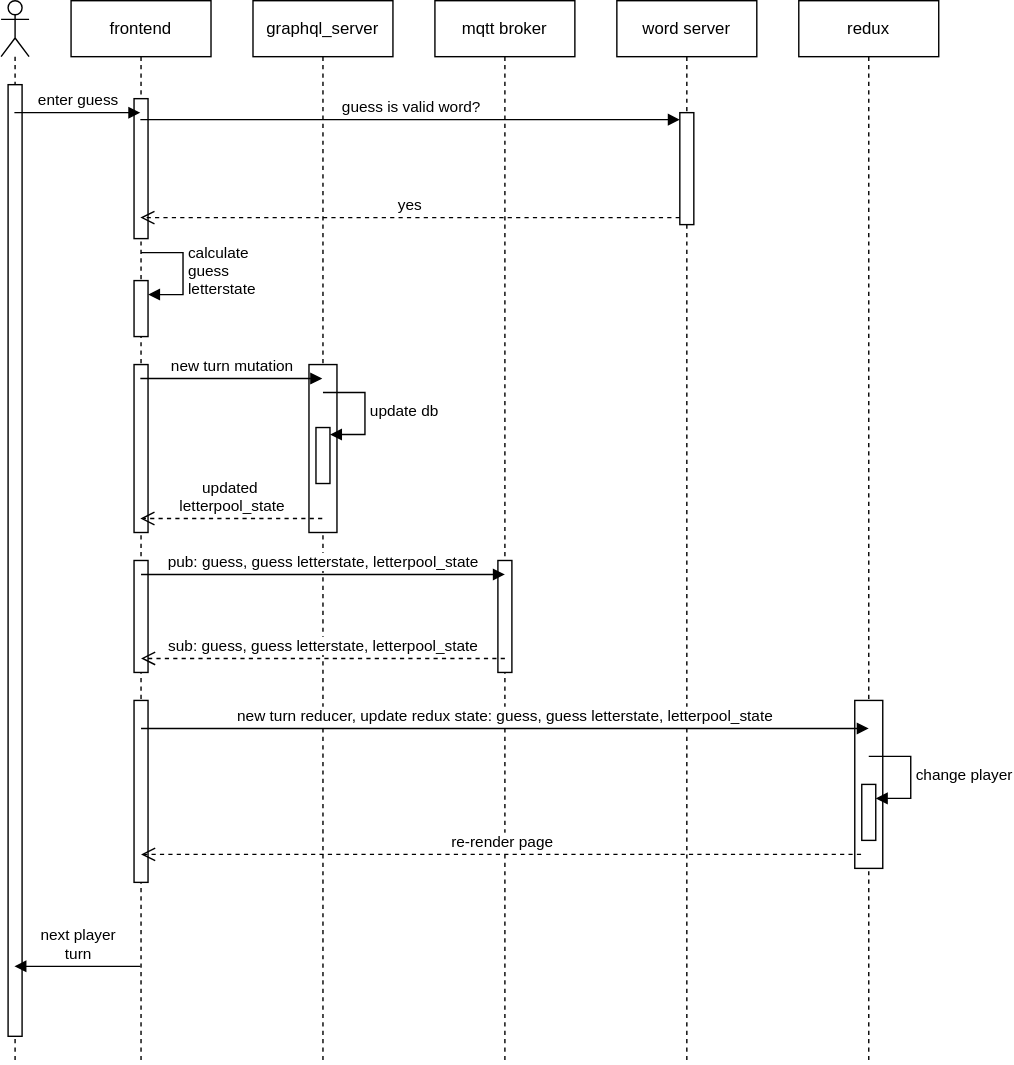
The draw.io diagram diagrams/enter-guess.drawio.svg in FDIL501st/two_player_wordle, before a commit. Source tidied: cells renumbered, new cells last; positions are measured from the earlier drawing's top-left corner, leaving out a move shared by most shapes.
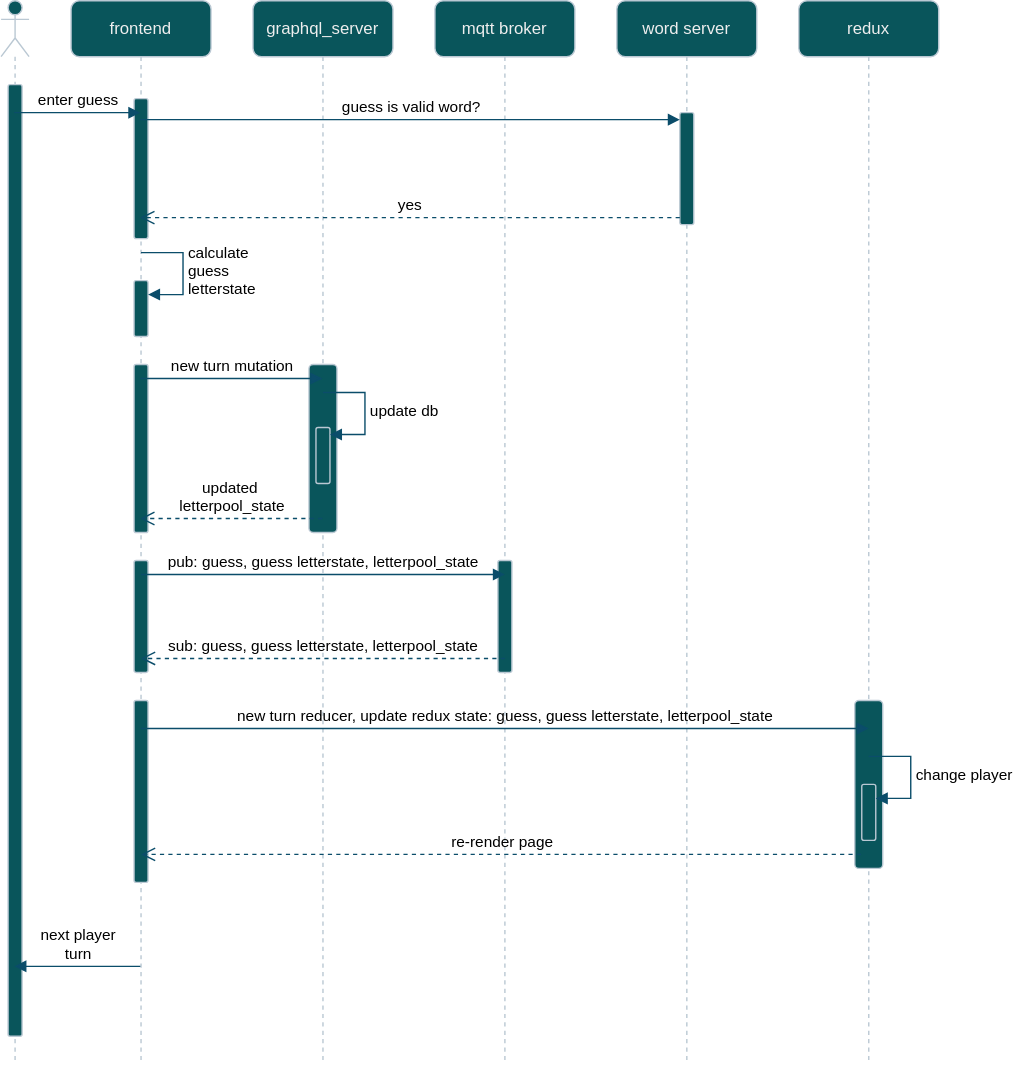
The same file after the commit.

Commit message:
Added graphql mutation for new turn

The edit, as a diff of the source:
```diff
@@ -1,23 +1,23 @@
-<mxGraphModel>
+<mxGraphModel background="#ffffff">
   <root>
     <mxCell id="0" />
     <mxCell id="1" parent="0" />
-    <mxCell id="2" style="shape=umlLifeline;perimeter=lifelinePerimeter;whiteSpace=wrap;html=1;newEdgeStyle={&quot;curved&quot;:0,&quot;rounded&quot;:0};participant=umlActor;" parent="1" vertex="1">
+    <mxCell id="2" style="shape=umlLifeline;perimeter=lifelinePerimeter;whiteSpace=wrap;html=1;newEdgeStyle={&quot;curved&quot;:0,&quot;rounded&quot;:0};participant=umlActor;labelBackgroundColor=none;fillColor=#09555B;strokeColor=#BAC8D3;fontColor=#EEEEEE;rounded=1;" parent="1" vertex="1">
       <mxGeometry width="20" height="760" as="geometry" />
     </mxCell>
-    <mxCell id="3" style="html=1;perimeter=orthogonalPerimeter;targetShapes=umlLifeline;newEdgeStyle={&quot;curved&quot;:0,&quot;rounded&quot;:0};" parent="2" vertex="1">
+    <mxCell id="3" style="html=1;perimeter=orthogonalPerimeter;targetShapes=umlLifeline;newEdgeStyle={&quot;curved&quot;:0,&quot;rounded&quot;:0};labelBackgroundColor=none;fillColor=#09555B;strokeColor=#BAC8D3;fontColor=#EEEEEE;rounded=1;" parent="2" vertex="1">
       <mxGeometry x="5" y="60" width="10" height="680" as="geometry" />
     </mxCell>
-    <mxCell id="4" value="frontend" style="shape=umlLifeline;perimeter=lifelinePerimeter;whiteSpace=wrap;html=1;outlineConnect=0;portConstraint=eastwest;newEdgeStyle={&quot;curved&quot;:0,&quot;rounded&quot;:0};" parent="1" vertex="1">
+    <mxCell id="4" value="frontend" style="shape=umlLifeline;perimeter=lifelinePerimeter;whiteSpace=wrap;html=1;outlineConnect=0;portConstraint=eastwest;newEdgeStyle={&quot;curved&quot;:0,&quot;rounded&quot;:0};labelBackgroundColor=none;fillColor=#09555B;strokeColor=#BAC8D3;fontColor=#EEEEEE;rounded=1;" parent="1" vertex="1">
       <mxGeometry x="50" width="100" height="760" as="geometry" />
     </mxCell>
-    <mxCell id="5" style="html=1;perimeter=orthogonalPerimeter;targetShapes=umlLifeline;newEdgeStyle={&quot;curved&quot;:0,&quot;rounded&quot;:0};" parent="4" vertex="1">
+    <mxCell id="5" style="html=1;perimeter=orthogonalPerimeter;targetShapes=umlLifeline;newEdgeStyle={&quot;curved&quot;:0,&quot;rounded&quot;:0};labelBackgroundColor=none;fillColor=#09555B;strokeColor=#BAC8D3;fontColor=#EEEEEE;rounded=1;" parent="4" vertex="1">
       <mxGeometry x="45" y="70" width="10" height="100" as="geometry" />
     </mxCell>
-    <mxCell id="6" style="html=1;points=[[0,0,0,0,5],[0,1,0,0,-5],[1,0,0,0,5],[1,1,0,0,-5]];perimeter=orthogonalPerimeter;outlineConnect=0;targetShapes=umlLifeline;portConstraint=eastwest;newEdgeStyle={&quot;curved&quot;:0,&quot;rounded&quot;:0};" parent="4" vertex="1">
+    <mxCell id="6" style="html=1;points=[[0,0,0,0,5],[0,1,0,0,-5],[1,0,0,0,5],[1,1,0,0,-5]];perimeter=orthogonalPerimeter;outlineConnect=0;targetShapes=umlLifeline;portConstraint=eastwest;newEdgeStyle={&quot;curved&quot;:0,&quot;rounded&quot;:0};labelBackgroundColor=none;fillColor=#09555B;strokeColor=#BAC8D3;fontColor=#EEEEEE;rounded=1;" parent="4" vertex="1">
       <mxGeometry x="45" y="200" width="10" height="40" as="geometry" />
     </mxCell>
-    <mxCell id="7" value="&lt;div&gt;calculate&amp;nbsp;&lt;/div&gt;&lt;div&gt;guess&amp;nbsp;&lt;/div&gt;&lt;div&gt;letterstate&lt;/div&gt;" style="html=1;align=left;spacingLeft=2;endArrow=block;rounded=0;edgeStyle=orthogonalEdgeStyle;curved=0;rounded=0;" parent="4" edge="1" target="6">
+    <mxCell id="7" value="&lt;div&gt;calculate&amp;nbsp;&lt;/div&gt;&lt;div&gt;guess&amp;nbsp;&lt;/div&gt;&lt;div&gt;letterstate&lt;/div&gt;" style="html=1;align=left;spacingLeft=2;endArrow=block;rounded=1;edgeStyle=orthogonalEdgeStyle;curved=0;rounded=0;labelBackgroundColor=none;strokeColor=#0B4D6A;fontColor=default;" parent="4" edge="1" target="6">
       <mxGeometry relative="1" as="geometry">
         <mxPoint x="50" y="180" as="sourcePoint" />
         <Array as="points">
@@ -25,31 +25,31 @@
         </Array>
       </mxGeometry>
     </mxCell>
-    <mxCell id="8" style="html=1;perimeter=orthogonalPerimeter;targetShapes=umlLifeline;newEdgeStyle={&quot;curved&quot;:0,&quot;rounded&quot;:0};" parent="4" vertex="1">
+    <mxCell id="8" style="html=1;perimeter=orthogonalPerimeter;targetShapes=umlLifeline;newEdgeStyle={&quot;curved&quot;:0,&quot;rounded&quot;:0};labelBackgroundColor=none;fillColor=#09555B;strokeColor=#BAC8D3;fontColor=#EEEEEE;rounded=1;" parent="4" vertex="1">
       <mxGeometry x="45" y="400" width="10" height="80" as="geometry" />
     </mxCell>
-    <mxCell id="9" style="html=1;perimeter=orthogonalPerimeter;targetShapes=umlLifeline;newEdgeStyle={&quot;curved&quot;:0,&quot;rounded&quot;:0};" parent="4" vertex="1">
+    <mxCell id="9" style="html=1;perimeter=orthogonalPerimeter;targetShapes=umlLifeline;newEdgeStyle={&quot;curved&quot;:0,&quot;rounded&quot;:0};labelBackgroundColor=none;fillColor=#09555B;strokeColor=#BAC8D3;fontColor=#EEEEEE;rounded=1;" parent="4" vertex="1">
       <mxGeometry x="45" y="500" width="10" height="130" as="geometry" />
     </mxCell>
-    <mxCell id="10" value="&lt;div&gt;graphql_server&lt;/div&gt;" style="shape=umlLifeline;perimeter=lifelinePerimeter;whiteSpace=wrap;html=1;newEdgeStyle={&quot;curved&quot;:0,&quot;rounded&quot;:0};" parent="1" vertex="1">
+    <mxCell id="10" value="&lt;div&gt;graphql_server&lt;/div&gt;" style="shape=umlLifeline;perimeter=lifelinePerimeter;whiteSpace=wrap;html=1;newEdgeStyle={&quot;curved&quot;:0,&quot;rounded&quot;:0};labelBackgroundColor=none;fillColor=#09555B;strokeColor=#BAC8D3;fontColor=#EEEEEE;rounded=1;" parent="1" vertex="1">
       <mxGeometry x="180" width="100" height="760" as="geometry" />
     </mxCell>
-    <mxCell id="11" style="html=1;perimeter=orthogonalPerimeter;targetShapes=umlLifeline;newEdgeStyle={&quot;curved&quot;:0,&quot;rounded&quot;:0};" parent="10" vertex="1">
+    <mxCell id="11" style="html=1;perimeter=orthogonalPerimeter;targetShapes=umlLifeline;newEdgeStyle={&quot;curved&quot;:0,&quot;rounded&quot;:0};labelBackgroundColor=none;fillColor=#09555B;strokeColor=#BAC8D3;fontColor=#EEEEEE;rounded=1;" parent="10" vertex="1">
       <mxGeometry x="-85" y="260" width="10" height="120" as="geometry" />
     </mxCell>
-    <mxCell id="12" style="html=1;perimeter=orthogonalPerimeter;targetShapes=umlLifeline;newEdgeStyle={&quot;curved&quot;:0,&quot;rounded&quot;:0};" parent="10" vertex="1">
+    <mxCell id="12" style="html=1;perimeter=orthogonalPerimeter;targetShapes=umlLifeline;newEdgeStyle={&quot;curved&quot;:0,&quot;rounded&quot;:0};labelBackgroundColor=none;fillColor=#09555B;strokeColor=#BAC8D3;fontColor=#EEEEEE;rounded=1;" parent="10" vertex="1">
       <mxGeometry x="40" y="260" width="20" height="120" as="geometry" />
     </mxCell>
-    <mxCell id="13" value="new turn mutation" style="html=1;verticalAlign=bottom;endArrow=block;curved=0;rounded=0;" parent="10" edge="1">
+    <mxCell id="13" value="new turn mutation" style="html=1;verticalAlign=bottom;endArrow=block;curved=0;rounded=1;labelBackgroundColor=none;strokeColor=#0B4D6A;fontColor=default;" parent="10" edge="1">
       <mxGeometry relative="1" as="geometry">
         <mxPoint x="-80.5" y="270" as="sourcePoint" />
         <mxPoint x="49.5" y="270" as="targetPoint" />
       </mxGeometry>
     </mxCell>
-    <mxCell id="14" style="html=1;points=[[0,0,0,0,5],[0,1,0,0,-5],[1,0,0,0,5],[1,1,0,0,-5]];perimeter=orthogonalPerimeter;outlineConnect=0;targetShapes=umlLifeline;portConstraint=eastwest;newEdgeStyle={&quot;curved&quot;:0,&quot;rounded&quot;:0};" parent="10" vertex="1">
+    <mxCell id="14" style="html=1;points=[[0,0,0,0,5],[0,1,0,0,-5],[1,0,0,0,5],[1,1,0,0,-5]];perimeter=orthogonalPerimeter;outlineConnect=0;targetShapes=umlLifeline;portConstraint=eastwest;newEdgeStyle={&quot;curved&quot;:0,&quot;rounded&quot;:0};labelBackgroundColor=none;fillColor=#09555B;strokeColor=#BAC8D3;fontColor=#EEEEEE;rounded=1;" parent="10" vertex="1">
       <mxGeometry x="45" y="305" width="10" height="40" as="geometry" />
     </mxCell>
-    <mxCell id="15" value="&lt;div&gt;update db&lt;/div&gt;" style="html=1;align=left;spacingLeft=2;endArrow=block;rounded=0;edgeStyle=orthogonalEdgeStyle;curved=0;rounded=0;" parent="10" edge="1" target="14">
+    <mxCell id="15" value="&lt;div&gt;update db&lt;/div&gt;" style="html=1;align=left;spacingLeft=2;endArrow=block;rounded=1;edgeStyle=orthogonalEdgeStyle;curved=0;rounded=0;labelBackgroundColor=none;strokeColor=#0B4D6A;fontColor=default;" parent="10" edge="1" target="14">
       <mxGeometry relative="1" as="geometry">
         <mxPoint x="50" y="280" as="sourcePoint" />
         <Array as="points">
@@ -57,28 +57,28 @@
         </Array>
       </mxGeometry>
     </mxCell>
-    <mxCell id="16" value="&lt;div&gt;mqtt broker&lt;/div&gt;" style="shape=umlLifeline;perimeter=lifelinePerimeter;whiteSpace=wrap;html=1;newEdgeStyle={&quot;curved&quot;:0,&quot;rounded&quot;:0};" parent="1" vertex="1">
+    <mxCell id="16" value="&lt;div&gt;mqtt broker&lt;/div&gt;" style="shape=umlLifeline;perimeter=lifelinePerimeter;whiteSpace=wrap;html=1;newEdgeStyle={&quot;curved&quot;:0,&quot;rounded&quot;:0};labelBackgroundColor=none;fillColor=#09555B;strokeColor=#BAC8D3;fontColor=#EEEEEE;rounded=1;" parent="1" vertex="1">
       <mxGeometry x="310" width="100" height="760" as="geometry" />
     </mxCell>
-    <mxCell id="17" style="html=1;perimeter=orthogonalPerimeter;targetShapes=umlLifeline;newEdgeStyle={&quot;curved&quot;:0,&quot;rounded&quot;:0};" parent="16" vertex="1">
+    <mxCell id="17" style="html=1;perimeter=orthogonalPerimeter;targetShapes=umlLifeline;newEdgeStyle={&quot;curved&quot;:0,&quot;rounded&quot;:0};labelBackgroundColor=none;fillColor=#09555B;strokeColor=#BAC8D3;fontColor=#EEEEEE;rounded=1;" parent="16" vertex="1">
       <mxGeometry x="45" y="400" width="10" height="80" as="geometry" />
     </mxCell>
-    <mxCell id="18" value="word server" style="shape=umlLifeline;perimeter=lifelinePerimeter;whiteSpace=wrap;html=1;newEdgeStyle={&quot;curved&quot;:0,&quot;rounded&quot;:0};" parent="1" vertex="1">
+    <mxCell id="18" value="word server" style="shape=umlLifeline;perimeter=lifelinePerimeter;whiteSpace=wrap;html=1;newEdgeStyle={&quot;curved&quot;:0,&quot;rounded&quot;:0};labelBackgroundColor=none;fillColor=#09555B;strokeColor=#BAC8D3;fontColor=#EEEEEE;rounded=1;" parent="1" vertex="1">
       <mxGeometry x="440" width="100" height="760" as="geometry" />
     </mxCell>
-    <mxCell id="19" style="html=1;points=[[0,0,0,0,5],[0,1,0,0,-5],[1,0,0,0,5],[1,1,0,0,-5]];perimeter=orthogonalPerimeter;outlineConnect=0;targetShapes=umlLifeline;portConstraint=eastwest;newEdgeStyle={&quot;curved&quot;:0,&quot;rounded&quot;:0};" parent="18" vertex="1">
+    <mxCell id="19" style="html=1;points=[[0,0,0,0,5],[0,1,0,0,-5],[1,0,0,0,5],[1,1,0,0,-5]];perimeter=orthogonalPerimeter;outlineConnect=0;targetShapes=umlLifeline;portConstraint=eastwest;newEdgeStyle={&quot;curved&quot;:0,&quot;rounded&quot;:0};labelBackgroundColor=none;fillColor=#09555B;strokeColor=#BAC8D3;fontColor=#EEEEEE;rounded=1;" parent="18" vertex="1">
       <mxGeometry x="45" y="80" width="10" height="80" as="geometry" />
     </mxCell>
-    <mxCell id="20" value="redux" style="shape=umlLifeline;perimeter=lifelinePerimeter;whiteSpace=wrap;html=1;newEdgeStyle={&quot;curved&quot;:0,&quot;rounded&quot;:0};" parent="1" vertex="1">
+    <mxCell id="20" value="redux" style="shape=umlLifeline;perimeter=lifelinePerimeter;whiteSpace=wrap;html=1;newEdgeStyle={&quot;curved&quot;:0,&quot;rounded&quot;:0};labelBackgroundColor=none;fillColor=#09555B;strokeColor=#BAC8D3;fontColor=#EEEEEE;rounded=1;" parent="1" vertex="1">
       <mxGeometry x="570" width="100" height="760" as="geometry" />
     </mxCell>
-    <mxCell id="21" style="html=1;perimeter=orthogonalPerimeter;targetShapes=umlLifeline;newEdgeStyle={&quot;curved&quot;:0,&quot;rounded&quot;:0};" parent="20" vertex="1">
+    <mxCell id="21" style="html=1;perimeter=orthogonalPerimeter;targetShapes=umlLifeline;newEdgeStyle={&quot;curved&quot;:0,&quot;rounded&quot;:0};labelBackgroundColor=none;fillColor=#09555B;strokeColor=#BAC8D3;fontColor=#EEEEEE;rounded=1;" parent="20" vertex="1">
       <mxGeometry x="40" y="500" width="20" height="120" as="geometry" />
     </mxCell>
-    <mxCell id="22" style="html=1;points=[[0,0,0,0,5],[0,1,0,0,-5],[1,0,0,0,5],[1,1,0,0,-5]];perimeter=orthogonalPerimeter;outlineConnect=0;targetShapes=umlLifeline;portConstraint=eastwest;newEdgeStyle={&quot;curved&quot;:0,&quot;rounded&quot;:0};" parent="20" vertex="1">
+    <mxCell id="22" style="html=1;points=[[0,0,0,0,5],[0,1,0,0,-5],[1,0,0,0,5],[1,1,0,0,-5]];perimeter=orthogonalPerimeter;outlineConnect=0;targetShapes=umlLifeline;portConstraint=eastwest;newEdgeStyle={&quot;curved&quot;:0,&quot;rounded&quot;:0};labelBackgroundColor=none;fillColor=#09555B;strokeColor=#BAC8D3;fontColor=#EEEEEE;rounded=1;" parent="20" vertex="1">
       <mxGeometry x="45" y="560" width="10" height="40" as="geometry" />
     </mxCell>
-    <mxCell id="23" value="change player" style="html=1;align=left;spacingLeft=2;endArrow=block;rounded=0;edgeStyle=orthogonalEdgeStyle;curved=0;rounded=0;" parent="20" edge="1" target="22">
+    <mxCell id="23" value="change player" style="html=1;align=left;spacingLeft=2;endArrow=block;rounded=1;edgeStyle=orthogonalEdgeStyle;curved=0;rounded=0;labelBackgroundColor=none;strokeColor=#0B4D6A;fontColor=default;" parent="20" edge="1" target="22">
       <mxGeometry relative="1" as="geometry">
         <mxPoint x="50" y="540" as="sourcePoint" />
         <Array as="points">
@@ -86,48 +86,48 @@
         </Array>
       </mxGeometry>
     </mxCell>
-    <mxCell id="24" value="&lt;div&gt;enter guess&lt;/div&gt;" style="html=1;verticalAlign=bottom;endArrow=block;curved=0;rounded=0;" parent="1" edge="1">
+    <mxCell id="24" value="&lt;div&gt;enter guess&lt;/div&gt;" style="html=1;verticalAlign=bottom;endArrow=block;curved=0;rounded=1;labelBackgroundColor=none;strokeColor=#0B4D6A;fontColor=default;" parent="1" edge="1">
       <mxGeometry relative="1" as="geometry">
         <mxPoint x="9.5" y="80" as="sourcePoint" />
         <mxPoint x="99.5" y="80" as="targetPoint" />
       </mxGeometry>
     </mxCell>
-    <mxCell id="25" value="guess is valid word?" style="html=1;verticalAlign=bottom;endArrow=block;curved=0;rounded=0;entryX=0;entryY=0;entryDx=0;entryDy=5;" parent="1" edge="1" source="4" target="19">
+    <mxCell id="25" value="guess is valid word?" style="html=1;verticalAlign=bottom;endArrow=block;curved=0;rounded=1;entryX=0;entryY=0;entryDx=0;entryDy=5;labelBackgroundColor=none;strokeColor=#0B4D6A;fontColor=default;" parent="1" edge="1" source="4" target="19">
       <mxGeometry relative="1" as="geometry" />
     </mxCell>
-    <mxCell id="26" value="yes" style="html=1;verticalAlign=bottom;endArrow=open;dashed=1;endSize=8;curved=0;rounded=0;exitX=0;exitY=1;exitDx=0;exitDy=-5;" parent="1" edge="1" source="19" target="4">
+    <mxCell id="26" value="yes" style="html=1;verticalAlign=bottom;endArrow=open;dashed=1;endSize=8;curved=0;rounded=1;exitX=0;exitY=1;exitDx=0;exitDy=-5;labelBackgroundColor=none;strokeColor=#0B4D6A;fontColor=default;" parent="1" edge="1" source="19" target="4">
       <mxGeometry relative="1" as="geometry" />
     </mxCell>
-    <mxCell id="27" value="&lt;div&gt;updated&amp;nbsp;&lt;/div&gt;&lt;div&gt;letterpool_state&lt;/div&gt;" style="html=1;verticalAlign=bottom;endArrow=open;dashed=1;endSize=8;curved=0;rounded=0;" parent="1" edge="1" target="4">
+    <mxCell id="27" value="&lt;div&gt;updated&amp;nbsp;&lt;/div&gt;&lt;div&gt;letterpool_state&lt;/div&gt;" style="html=1;verticalAlign=bottom;endArrow=open;dashed=1;endSize=8;curved=0;rounded=1;labelBackgroundColor=none;strokeColor=#0B4D6A;fontColor=default;" parent="1" edge="1" target="4">
       <mxGeometry relative="1" as="geometry">
         <mxPoint x="229.5" y="370" as="sourcePoint" />
       </mxGeometry>
     </mxCell>
-    <mxCell id="28" value="pub: guess, guess letterstate, letterpool_state" style="html=1;verticalAlign=bottom;endArrow=block;curved=0;rounded=0;" parent="1" edge="1">
+    <mxCell id="28" value="pub: guess, guess letterstate, letterpool_state" style="html=1;verticalAlign=bottom;endArrow=block;curved=0;rounded=1;labelBackgroundColor=none;strokeColor=#0B4D6A;fontColor=default;" parent="1" edge="1">
       <mxGeometry relative="1" as="geometry">
         <mxPoint x="100" y="410" as="sourcePoint" />
         <mxPoint x="360" y="410" as="targetPoint" />
       </mxGeometry>
     </mxCell>
-    <mxCell id="29" value="sub: guess, guess letterstate, letterpool_state" style="html=1;verticalAlign=bottom;endArrow=open;dashed=1;endSize=8;curved=0;rounded=0;" parent="1" edge="1">
+    <mxCell id="29" value="sub: guess, guess letterstate, letterpool_state" style="html=1;verticalAlign=bottom;endArrow=open;dashed=1;endSize=8;curved=0;rounded=1;labelBackgroundColor=none;strokeColor=#0B4D6A;fontColor=default;" parent="1" edge="1">
       <mxGeometry relative="1" as="geometry">
         <mxPoint x="360" y="470" as="sourcePoint" />
         <mxPoint x="100" y="470" as="targetPoint" />
       </mxGeometry>
     </mxCell>
-    <mxCell id="30" value="new turn reducer, update redux state:&amp;nbsp;guess, guess letterstate, letterpool_state" style="html=1;verticalAlign=bottom;endArrow=block;curved=0;rounded=0;" parent="1" edge="1">
+    <mxCell id="30" value="new turn reducer, update redux state:&amp;nbsp;guess, guess letterstate, letterpool_state" style="html=1;verticalAlign=bottom;endArrow=block;curved=0;rounded=1;labelBackgroundColor=none;strokeColor=#0B4D6A;fontColor=default;" parent="1" edge="1">
       <mxGeometry relative="1" as="geometry">
         <mxPoint x="100" y="520" as="sourcePoint" />
         <mxPoint x="620" y="520" as="targetPoint" />
       </mxGeometry>
     </mxCell>
-    <mxCell id="31" value="re-render page" style="html=1;verticalAlign=bottom;endArrow=open;dashed=1;endSize=8;curved=0;rounded=0;" parent="1" edge="1">
+    <mxCell id="31" value="re-render page" style="html=1;verticalAlign=bottom;endArrow=open;dashed=1;endSize=8;curved=0;rounded=1;labelBackgroundColor=none;strokeColor=#0B4D6A;fontColor=default;" parent="1" edge="1">
       <mxGeometry relative="1" as="geometry">
         <mxPoint x="614.5" y="610" as="sourcePoint" />
         <mxPoint x="100" y="610" as="targetPoint" />
       </mxGeometry>
     </mxCell>
-    <mxCell id="32" value="&lt;div&gt;next player&lt;/div&gt;&lt;div&gt;turn&lt;/div&gt;" style="html=1;verticalAlign=bottom;endArrow=block;curved=0;rounded=0;" parent="1" edge="1">
+    <mxCell id="32" value="&lt;div&gt;next player&lt;/div&gt;&lt;div&gt;turn&lt;/div&gt;" style="html=1;verticalAlign=bottom;endArrow=block;curved=0;rounded=1;labelBackgroundColor=none;strokeColor=#0B4D6A;fontColor=default;" parent="1" edge="1">
       <mxGeometry relative="1" as="geometry">
         <mxPoint x="99.5" y="690" as="sourcePoint" />
         <mxPoint x="9.5" y="690" as="targetPoint" />
```
